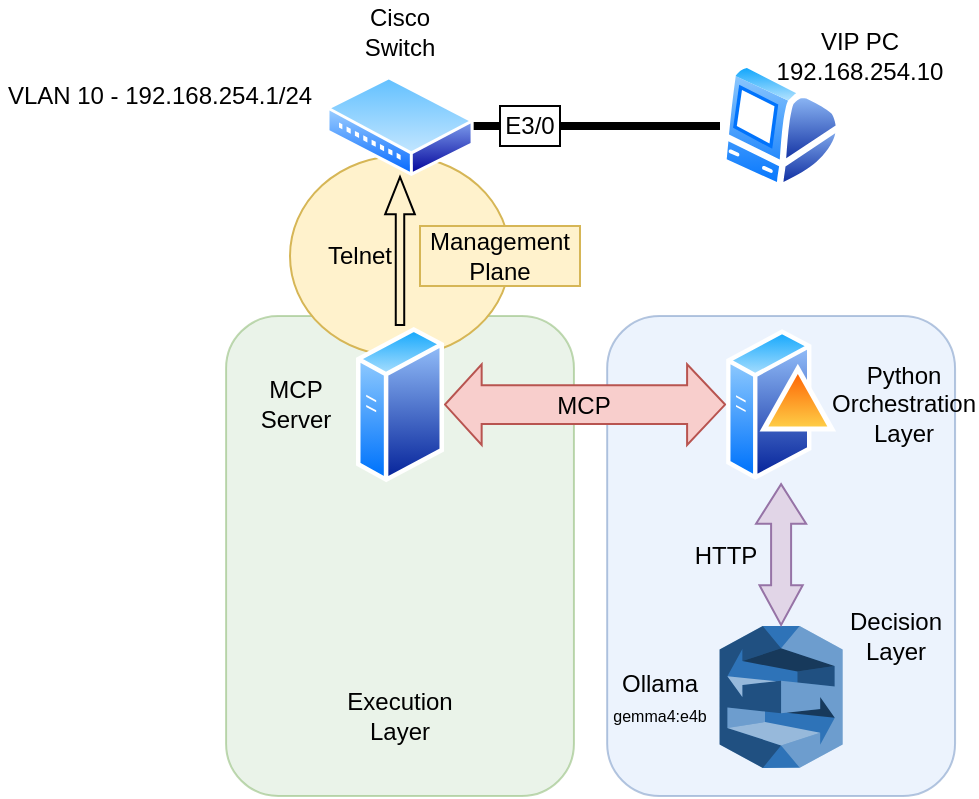
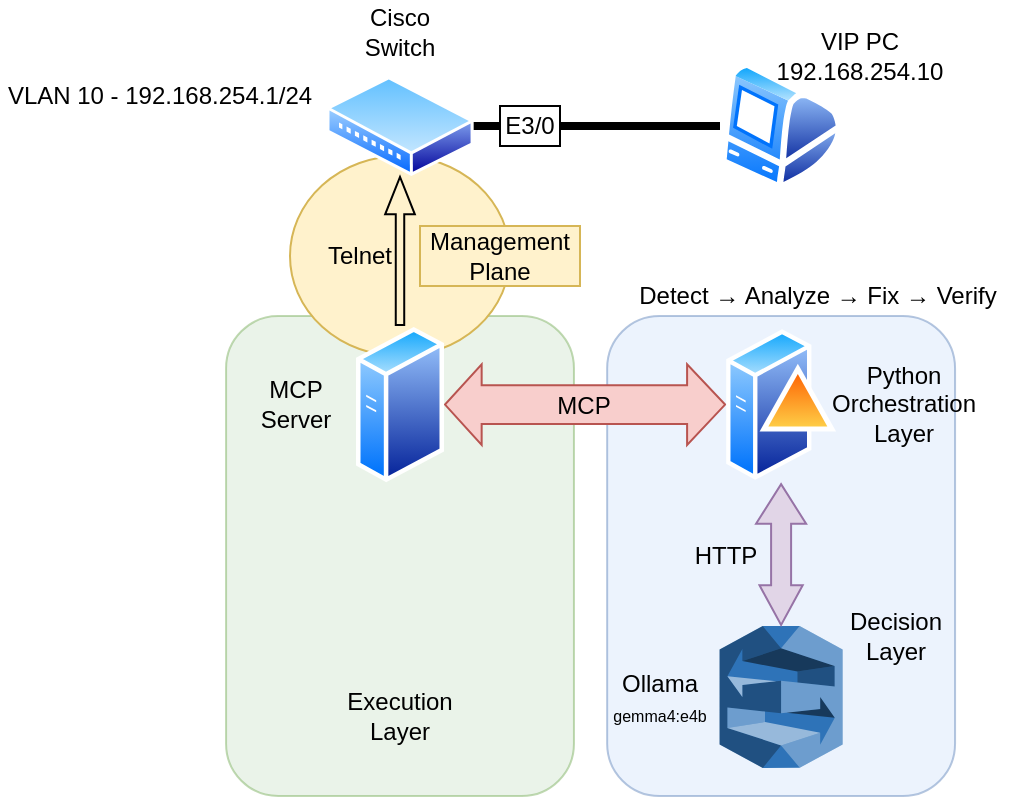
<mxfile host="Electron" agent="Mozilla/5.0 (Windows NT 10.0; Win64; x64) AppleWebKit/537.36 (KHTML, like Gecko) draw.io/29.6.6 Chrome/144.0.7559.236 Electron/40.8.4 Safari/537.36" version="29.6.6">
  <diagram name="Page-1" id="9yIe1i5_l2Xnd5C48HVV">
-     <mxGraphModel dx="1141" dy="711" grid="1" gridSize="10" guides="1" tooltips="1" connect="1" arrows="1" fold="1" page="1" pageScale="1" pageWidth="850" pageHeight="1100" math="0" shadow="0">
+     <mxGraphModel dx="826" dy="486" grid="1" gridSize="10" guides="1" tooltips="1" connect="1" arrows="1" fold="1" page="1" pageScale="1" pageWidth="850" pageHeight="1100" math="0" shadow="0">
      <root>
        <mxCell id="0" />
        <mxCell id="1" parent="0" />
        <mxCell id="tD8M2RCV3YyCdBsucWMV-2" parent="1" style="rounded=1;whiteSpace=wrap;html=1;fillColor=#d5e8d4;strokeColor=#82b366;opacity=50;" value="" vertex="1">
          <mxGeometry height="240" width="173.95" x="193.02999999999997" y="255" as="geometry" />
        </mxCell>
        <mxCell id="tD8M2RCV3YyCdBsucWMV-1" parent="1" style="rounded=1;whiteSpace=wrap;html=1;fillColor=#dae8fc;strokeColor=#6c8ebf;opacity=50;" value="" vertex="1">
          <mxGeometry height="240" width="173.95" x="383.58" y="255" as="geometry" />
        </mxCell>
        <mxCell id="7F-mtx23EG04a2d4pmxF-14" parent="1" style="ellipse;whiteSpace=wrap;html=1;fillColor=#fff2cc;strokeColor=#d6b656;" value="" vertex="1">
          <mxGeometry height="100" width="110" x="225" y="175" as="geometry" />
        </mxCell>
        <mxCell id="7F-mtx23EG04a2d4pmxF-3" edge="1" parent="1" source="7F-mtx23EG04a2d4pmxF-10" style="edgeStyle=none;rounded=0;orthogonalLoop=1;jettySize=auto;html=1;shape=wire;endArrow=none;endFill=0;strokeWidth=4;dashed=1;" target="7F-mtx23EG04a2d4pmxF-2">
          <mxGeometry relative="1" as="geometry">
            <mxPoint x="320" y="160" as="sourcePoint" />
          </mxGeometry>
        </mxCell>
        <mxCell id="7F-mtx23EG04a2d4pmxF-2" parent="1" style="image;aspect=fixed;perimeter=ellipsePerimeter;html=1;align=center;shadow=0;dashed=0;spacingTop=3;image=img/lib/active_directory/mac_client.svg;" value="" vertex="1">
          <mxGeometry height="65" width="61.1" x="440" y="127.5" as="geometry" />
        </mxCell>
        <mxCell id="7F-mtx23EG04a2d4pmxF-4" parent="1" style="text;html=1;whiteSpace=wrap;strokeColor=none;fillColor=none;align=center;verticalAlign=middle;rounded=0;" value="Cisco Switch" vertex="1">
          <mxGeometry height="30" width="60" x="250" y="97.5" as="geometry" />
        </mxCell>
        <mxCell id="7F-mtx23EG04a2d4pmxF-5" parent="1" style="text;html=1;whiteSpace=wrap;strokeColor=none;fillColor=none;align=center;verticalAlign=middle;rounded=0;" value="VIP PC&lt;div&gt;192.168.254.10&lt;/div&gt;" vertex="1">
          <mxGeometry height="30" width="60" x="480" y="110" as="geometry" />
        </mxCell>
        <mxCell id="7F-mtx23EG04a2d4pmxF-7" parent="1" style="text;html=1;whiteSpace=wrap;strokeColor=none;fillColor=none;align=center;verticalAlign=middle;rounded=0;" value="VLAN 10 - 192.168.254.1/24" vertex="1">
          <mxGeometry height="30" width="160" x="80" y="130" as="geometry" />
        </mxCell>
        <mxCell id="7F-mtx23EG04a2d4pmxF-8" parent="1" style="text;html=1;whiteSpace=wrap;strokeColor=default;fillColor=default;align=center;verticalAlign=middle;rounded=0;" value="E3/0" vertex="1">
          <mxGeometry height="20" width="30" x="330" y="150" as="geometry" />
        </mxCell>
        <mxCell id="7F-mtx23EG04a2d4pmxF-12" edge="1" parent="1" source="7F-mtx23EG04a2d4pmxF-9" style="edgeStyle=none;shape=flexArrow;rounded=0;orthogonalLoop=1;jettySize=auto;html=1;endWidth=9.615384615384615;endSize=5.884615384615385;width=4.230769230769231;" target="7F-mtx23EG04a2d4pmxF-10">
          <mxGeometry relative="1" as="geometry" />
        </mxCell>
        <mxCell id="7F-mtx23EG04a2d4pmxF-18" edge="1" parent="1" source="7F-mtx23EG04a2d4pmxF-9" style="edgeStyle=none;shape=flexArrow;rounded=0;orthogonalLoop=1;jettySize=auto;html=1;startArrow=classic;startFill=1;width=19.333333333333332;startSize=5.776666666666666;fillColor=#f8cecc;strokeColor=#b85450;" target="7F-mtx23EG04a2d4pmxF-11" value="">
          <mxGeometry relative="1" as="geometry" />
        </mxCell>
        <mxCell id="7F-mtx23EG04a2d4pmxF-9" parent="1" style="image;aspect=fixed;perimeter=ellipsePerimeter;html=1;align=center;shadow=0;dashed=0;spacingTop=3;image=img/lib/active_directory/generic_server.svg;" value="" vertex="1">
          <mxGeometry height="78.57" width="44" x="258" y="260" as="geometry" />
        </mxCell>
        <mxCell id="7F-mtx23EG04a2d4pmxF-10" parent="1" style="image;aspect=fixed;perimeter=ellipsePerimeter;html=1;align=center;shadow=0;dashed=0;spacingTop=3;image=img/lib/active_directory/wiring_hub.svg;" value="" vertex="1">
          <mxGeometry height="50" width="73.53" x="243.24" y="135" as="geometry" />
        </mxCell>
        <mxCell id="7F-mtx23EG04a2d4pmxF-11" parent="1" style="image;aspect=fixed;perimeter=ellipsePerimeter;html=1;align=center;shadow=0;dashed=0;spacingTop=3;image=img/lib/active_directory/domain_controller.svg;" value="" vertex="1">
          <mxGeometry height="78.57" width="55" x="443.05" y="260" as="geometry" />
        </mxCell>
        <mxCell id="7F-mtx23EG04a2d4pmxF-13" parent="1" style="text;html=1;whiteSpace=wrap;strokeColor=none;fillColor=none;align=center;verticalAlign=middle;rounded=0;" value="Telnet" vertex="1">
          <mxGeometry height="30" width="60" x="230" y="210" as="geometry" />
        </mxCell>
        <mxCell id="7F-mtx23EG04a2d4pmxF-15" parent="1" style="text;html=1;whiteSpace=wrap;strokeColor=#d6b656;fillColor=#fff2cc;align=center;verticalAlign=middle;rounded=0;" value="Management Plane" vertex="1">
          <mxGeometry height="30" width="80" x="290" y="210" as="geometry" />
        </mxCell>
        <mxCell id="7F-mtx23EG04a2d4pmxF-16" parent="1" style="outlineConnect=0;dashed=0;verticalLabelPosition=bottom;verticalAlign=top;align=center;html=1;shape=mxgraph.aws3.lex;fillColor=#2E73B8;gradientColor=none;" value="" vertex="1">
          <mxGeometry height="71" width="61.5" x="439.8" y="410" as="geometry" />
        </mxCell>
        <mxCell id="7F-mtx23EG04a2d4pmxF-17" parent="1" style="text;html=1;whiteSpace=wrap;strokeColor=none;fillColor=none;align=center;verticalAlign=middle;rounded=0;" value="MCP Server" vertex="1">
          <mxGeometry height="30" width="60" x="198" y="284.29" as="geometry" />
        </mxCell>
        <mxCell id="7F-mtx23EG04a2d4pmxF-20" parent="1" style="text;html=1;whiteSpace=wrap;strokeColor=none;fillColor=none;align=center;verticalAlign=middle;rounded=0;" value="MCP" vertex="1">
          <mxGeometry height="30" width="60" x="342" y="285" as="geometry" />
        </mxCell>
        <mxCell id="7F-mtx23EG04a2d4pmxF-22" parent="1" style="text;html=1;whiteSpace=wrap;strokeColor=none;fillColor=none;align=center;verticalAlign=middle;rounded=0;" value="Python Orchestration Layer" vertex="1">
          <mxGeometry height="30" width="71.95" x="496.05" y="284.28" as="geometry" />
        </mxCell>
        <mxCell id="7F-mtx23EG04a2d4pmxF-23" edge="1" parent="1" source="7F-mtx23EG04a2d4pmxF-11" style="edgeStyle=none;shape=flexArrow;rounded=0;orthogonalLoop=1;jettySize=auto;html=1;entryX=0.5;entryY=0;entryDx=0;entryDy=0;entryPerimeter=0;strokeColor=#9673a6;align=center;verticalAlign=middle;fontFamily=Helvetica;fontSize=11;fontColor=default;labelBackgroundColor=default;startArrow=classic;startFill=1;startSize=6.275167785234899;endArrow=classic;fillColor=#e1d5e7;startWidth=14.032258064516128;endWidth=10.604026845637584;endSize=6.275167785234899;" target="7F-mtx23EG04a2d4pmxF-16">
          <mxGeometry relative="1" as="geometry" />
        </mxCell>
        <mxCell id="7F-mtx23EG04a2d4pmxF-24" parent="1" style="text;html=1;whiteSpace=wrap;strokeColor=none;fillColor=none;align=center;verticalAlign=middle;rounded=0;" value="HTTP" vertex="1">
          <mxGeometry height="30" width="60" x="413" y="360" as="geometry" />
        </mxCell>
        <mxCell id="7F-mtx23EG04a2d4pmxF-25" parent="1" style="text;html=1;whiteSpace=wrap;strokeColor=none;fillColor=none;align=center;verticalAlign=middle;rounded=0;" value="Ollama&lt;div&gt;&lt;font style=&quot;font-size: 8px;&quot;&gt;gemma4:e4b&lt;/font&gt;&lt;/div&gt;" vertex="1">
          <mxGeometry height="30" width="60" x="379.8" y="430.5" as="geometry" />
        </mxCell>
        <mxCell id="tD8M2RCV3YyCdBsucWMV-3" parent="1" style="text;html=1;whiteSpace=wrap;strokeColor=none;fillColor=none;align=center;verticalAlign=middle;rounded=0;" value="Execution Layer" vertex="1">
          <mxGeometry height="30" width="60" x="250" y="440" as="geometry" />
        </mxCell>
        <mxCell id="tD8M2RCV3YyCdBsucWMV-4" parent="1" style="text;html=1;whiteSpace=wrap;strokeColor=none;fillColor=none;align=center;verticalAlign=middle;rounded=0;" value="Decision Layer" vertex="1">
          <mxGeometry height="30" width="60" x="497.53" y="400" as="geometry" />
        </mxCell>
+         <mxCell id="spqhIKF6Q_OHd39SGxzD-2" parent="1" style="text;html=1;whiteSpace=wrap;strokeColor=none;fillColor=none;align=center;verticalAlign=middle;rounded=0;" value="Detect → Analyze → Fix → Verify" vertex="1">
+           <mxGeometry height="30" width="210" x="383.58000000000004" y="230" as="geometry" />
+         </mxCell>
      </root>
    </mxGraphModel>
  </diagram>
</mxfile>
